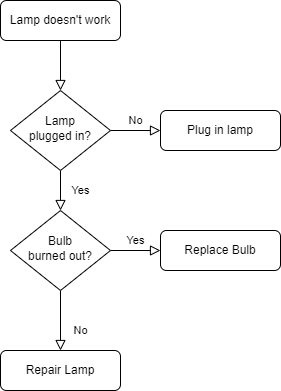
The draw.io diagram Untitled Diagram.drawio.png in sangramdhurve/flowdiagram, before a commit. Source tidied: cells renumbered, new cells last; positions are measured from the earlier drawing's top-left corner, leaving out a move shared by most shapes.
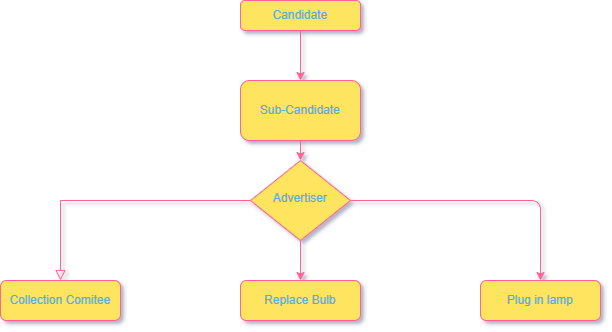
The same file after the commit.

Commit message:
Election_Flow_chart_sangram

The edit, as a diff of the source:
```diff
@@ -1,39 +1,39 @@
-<mxGraphModel>
+<mxGraphModel shadow="1">
   <root>
     <mxCell id="0" />
     <mxCell id="1" parent="0" />
-    <mxCell id="2" style="rounded=0;html=1;jettySize=auto;fontSize=11;endArrow=block;endFill=0;endSize=8;strokeWidth=1;shadow=0;labelBackgroundColor=none;edgeStyle=orthogonalEdgeStyle;" parent="1" edge="1" source="3" target="6">
-      <mxGeometry relative="1" as="geometry" />
-    </mxCell>
+    <mxCell id="13" style="edgeStyle=none;rounded=0;jettySize=auto;html=1;strokeColor=#FF6392;fontColor=#5AA9E6;" parent="1" edge="1" source="3" target="16">
+      <mxGeometry relative="1" as="geometry" />
+    </mxCell>
-    <mxCell id="3" value="Lamp doesn't work" style="rounded=1;whiteSpace=wrap;html=1;fontSize=12;glass=0;strokeWidth=1;shadow=0;" parent="1" vertex="1">
-      <mxGeometry width="120" height="40" as="geometry" />
+    <mxCell id="3" value="Candidate" style="rounded=1;whiteSpace=wrap;html=1;fontSize=12;glass=0;strokeWidth=1;shadow=0;verticalAlign=middle;fillColor=#FFE45E;strokeColor=#FF6392;fontColor=#5AA9E6;" parent="1" vertex="1">
+      <mxGeometry x="150" y="-40" width="120" height="30" as="geometry" />
     </mxCell>
-    <mxCell id="4" value="Yes" style="rounded=0;html=1;jettySize=auto;fontSize=11;endArrow=block;endFill=0;endSize=8;strokeWidth=1;shadow=0;labelBackgroundColor=none;edgeStyle=orthogonalEdgeStyle;" parent="1" edge="1" source="6" target="10">
+    <mxCell id="4" style="rounded=0;jettySize=auto;fontSize=11;endArrow=block;endFill=0;endSize=8;strokeWidth=1;shadow=0;labelBackgroundColor=none;edgeStyle=orthogonalEdgeStyle;entryX=0.5;entryY=0;entryDx=0;entryDy=0;strokeColor=#FF6392;fontColor=#5AA9E6;html=1;" parent="1" edge="1" source="6" target="17">
       <mxGeometry y="20" relative="1" as="geometry" />
     </mxCell>
+    <mxCell id="14" style="edgeStyle=none;rounded=0;jettySize=auto;html=1;strokeColor=#FF6392;fontColor=#5AA9E6;" parent="1" edge="1" source="6" target="12">
+      <mxGeometry relative="1" as="geometry" />
+    </mxCell>
-    <mxCell id="5" value="No" style="edgeStyle=orthogonalEdgeStyle;rounded=0;html=1;jettySize=auto;fontSize=11;endArrow=block;endFill=0;endSize=8;strokeWidth=1;shadow=0;labelBackgroundColor=none;" parent="1" edge="1" source="6" target="7">
-      <mxGeometry y="10" relative="1" as="geometry" />
+    <mxCell id="5" style="edgeStyle=orthogonalEdgeStyle;curved=0;rounded=1;sketch=0;jettySize=auto;html=1;entryX=0.5;entryY=0;entryDx=0;entryDy=0;fontColor=#5AA9E6;strokeColor=#FF6392;fillColor=#FFE45E;" parent="1" edge="1" source="6" target="7">
+      <mxGeometry relative="1" as="geometry" />
     </mxCell>
-    <mxCell id="6" value="Lamp&lt;br&gt;plugged in?" style="rhombus;whiteSpace=wrap;html=1;shadow=0;fontFamily=Helvetica;fontSize=12;align=center;strokeWidth=1;spacing=6;spacingTop=-4;" parent="1" vertex="1">
-      <mxGeometry x="10" y="90" width="100" height="80" as="geometry" />
+    <mxCell id="6" value="Advertiser" style="rhombus;whiteSpace=wrap;html=1;shadow=0;fontFamily=Helvetica;fontSize=12;align=center;strokeWidth=1;spacing=6;spacingTop=-4;fillColor=#FFE45E;strokeColor=#FF6392;fontColor=#5AA9E6;" parent="1" vertex="1">
+      <mxGeometry x="160" y="120" width="100" height="80" as="geometry" />
     </mxCell>
-    <mxCell id="7" value="Plug in lamp" style="rounded=1;whiteSpace=wrap;html=1;fontSize=12;glass=0;strokeWidth=1;shadow=0;" parent="1" vertex="1">
-      <mxGeometry x="160" y="110" width="120" height="40" as="geometry" />
+    <mxCell id="7" value="Plug in lamp" style="rounded=1;whiteSpace=wrap;html=1;fontSize=12;glass=0;strokeWidth=1;shadow=0;fillColor=#FFE45E;strokeColor=#FF6392;fontColor=#5AA9E6;" parent="1" vertex="1">
+      <mxGeometry x="390" y="240" width="120" height="40" as="geometry" />
     </mxCell>
-    <mxCell id="8" value="No" style="rounded=0;html=1;jettySize=auto;fontSize=11;endArrow=block;endFill=0;endSize=8;strokeWidth=1;shadow=0;labelBackgroundColor=none;edgeStyle=orthogonalEdgeStyle;" parent="1" edge="1" source="10" target="11">
-      <mxGeometry x="0.33" y="20" relative="1" as="geometry" />
-    </mxCell>
-    <mxCell id="9" value="Yes" style="edgeStyle=orthogonalEdgeStyle;rounded=0;html=1;jettySize=auto;fontSize=11;endArrow=block;endFill=0;endSize=8;strokeWidth=1;shadow=0;labelBackgroundColor=none;" parent="1" edge="1" source="10" target="12">
-      <mxGeometry y="10" relative="1" as="geometry" />
-    </mxCell>
-    <mxCell id="10" value="Bulb&lt;br&gt;burned out?" style="rhombus;whiteSpace=wrap;html=1;shadow=0;fontFamily=Helvetica;fontSize=12;align=center;strokeWidth=1;spacing=6;spacingTop=-4;" parent="1" vertex="1">
-      <mxGeometry x="10" y="210" width="100" height="80" as="geometry" />
-    </mxCell>
-    <mxCell id="11" value="Repair Lamp" style="rounded=1;whiteSpace=wrap;html=1;fontSize=12;glass=0;strokeWidth=1;shadow=0;" parent="1" vertex="1">
-      <mxGeometry y="350" width="120" height="40" as="geometry" />
-    </mxCell>
-    <mxCell id="12" value="Replace Bulb" style="rounded=1;whiteSpace=wrap;html=1;fontSize=12;glass=0;strokeWidth=1;shadow=0;" parent="1" vertex="1">
-      <mxGeometry x="160" y="230" width="120" height="40" as="geometry" />
+    <mxCell id="12" value="Replace Bulb" style="rounded=1;whiteSpace=wrap;html=1;fontSize=12;glass=0;strokeWidth=1;shadow=0;fillColor=#FFE45E;strokeColor=#FF6392;fontColor=#5AA9E6;" parent="1" vertex="1">
+      <mxGeometry x="150" y="240" width="120" height="40" as="geometry" />
     </mxCell>
+    <mxCell id="15" style="edgeStyle=none;rounded=0;jettySize=auto;html=1;strokeColor=#FF6392;fontColor=#5AA9E6;" parent="1" edge="1" source="16" target="6">
+      <mxGeometry relative="1" as="geometry" />
+    </mxCell>
+    <mxCell id="16" value="Sub-Candidate" style="rounded=1;whiteSpace=wrap;html=1;fillColor=#FFE45E;strokeColor=#FF6392;fontColor=#5AA9E6;" parent="1" vertex="1">
+      <mxGeometry x="150" y="40" width="120" height="60" as="geometry" />
+    </mxCell>
+    <mxCell id="17" value="Collection Comitee" style="rounded=1;whiteSpace=wrap;html=1;fillColor=#FFE45E;strokeColor=#FF6392;fontColor=#5AA9E6;" parent="1" vertex="1">
+      <mxGeometry x="-90" y="240" width="120" height="40" as="geometry" />
+    </mxCell>
   </root>
 </mxGraphModel>
```
